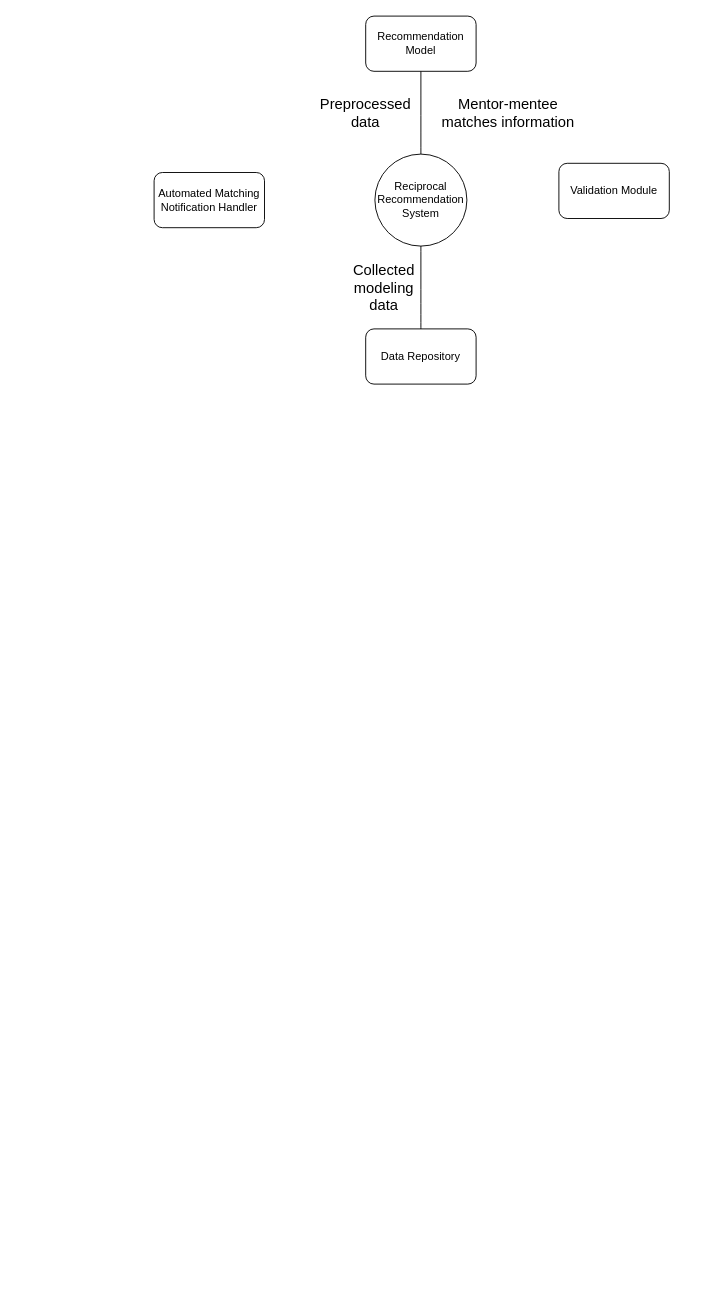
prashansa-shrestha/mentorship-program keeps this draw.io diagram as minor proposal.drawio. Above is the earlier version. Source tidied: cells renumbered, new cells numbered last; positions are measured from the earlier drawing's top-left corner, leaving out a move shared by most shapes. Both pictures are drawn from the tidied source at 92%, with x=0, y=0 at pixel (154, 16).
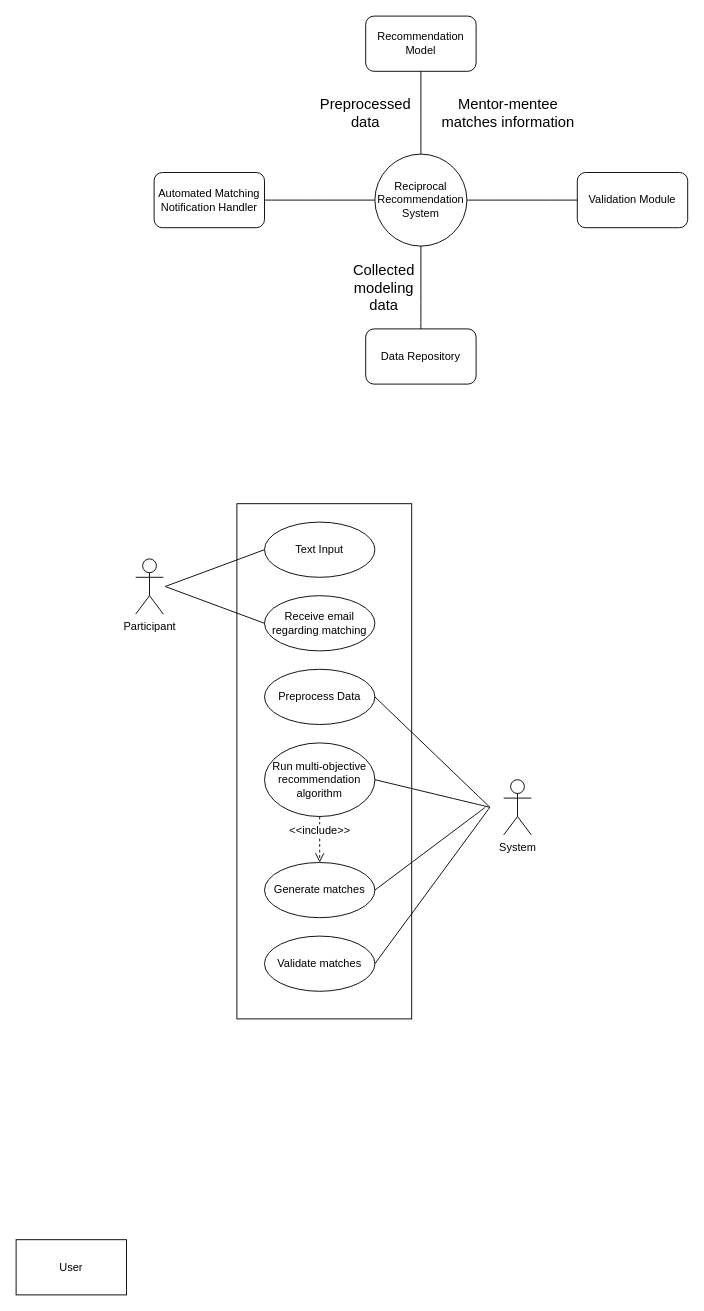
After the change.

Commit message:
added usecase diagram

Unchanged cells that the change refers to:
```xml
<mxCell id="6" value="Automated Matching Notification Handler" style="rounded=1;whiteSpace=wrap;html=1;" parent="1" vertex="1">
  <mxGeometry y="170" width="120" height="60" as="geometry" />
</mxCell>
<mxCell id="11" value="Reciprocal Recommendation System" style="ellipse;whiteSpace=wrap;html=1;" parent="1" vertex="1">
  <mxGeometry x="240" y="150" width="100" height="100" as="geometry" />
</mxCell>
```

Diff of the diagram source:
```diff
@@
     <mxCell id="10" value="Validation Module" style="rounded=1;whiteSpace=wrap;html=1;" parent="1" vertex="1">
-      <mxGeometry x="440" y="160" width="120" height="60" as="geometry" />
+      <mxGeometry x="460" y="170" width="120" height="60" as="geometry" />
     </mxCell>
@@
+    <mxCell id="12" style="endArrow=none;html=1;rounded=0;fontSize=12;startSize=8;endSize=8;curved=1;entryX=0;entryY=0.5;entryDx=0;entryDy=0;exitX=1;exitY=0.5;exitDx=0;exitDy=0;" parent="1" edge="1" source="6" target="11">
+      <mxGeometry relative="1" as="geometry" />
+    </mxCell>
+    <mxCell id="13" style="endArrow=none;html=1;rounded=0;fontSize=12;startSize=8;endSize=8;curved=1;exitX=1;exitY=0.5;exitDx=0;exitDy=0;" parent="1" edge="1" source="11">
+      <mxGeometry relative="1" as="geometry">
+        <mxPoint x="460" y="200" as="targetPoint" />
+      </mxGeometry>
+    </mxCell>
+    <mxCell id="14" style="rounded=0;whiteSpace=wrap;html=1;" parent="1" vertex="1">
+      <mxGeometry x="90" y="530" width="190" height="560" as="geometry" />
+    </mxCell>
+    <mxCell id="15" value="Text Input" style="ellipse;whiteSpace=wrap;html=1;" parent="1" vertex="1">
+      <mxGeometry x="120" y="550" width="120" height="60" as="geometry" />
+    </mxCell>
+    <mxCell id="16" value="Receive email regarding matching" style="ellipse;whiteSpace=wrap;html=1;" parent="1" vertex="1">
+      <mxGeometry x="120" y="630" width="120" height="60" as="geometry" />
+    </mxCell>
+    <mxCell id="17" value="Preprocess Data" style="ellipse;whiteSpace=wrap;html=1;" parent="1" vertex="1">
+      <mxGeometry x="120" y="710" width="120" height="60" as="geometry" />
+    </mxCell>
+    <mxCell id="18" value="Run multi-objective recommendation algorithm" style="ellipse;whiteSpace=wrap;html=1;" parent="1" vertex="1">
+      <mxGeometry x="120" y="790" width="120" height="80" as="geometry" />
+    </mxCell>
+    <mxCell id="19" value="Generate matches" style="ellipse;whiteSpace=wrap;html=1;" parent="1" vertex="1">
+      <mxGeometry x="120" y="920" width="120" height="60" as="geometry" />
+    </mxCell>
+    <mxCell id="20" value="Validate matches" style="ellipse;whiteSpace=wrap;html=1;" parent="1" vertex="1">
+      <mxGeometry x="120" y="1000" width="120" height="60" as="geometry" />
+    </mxCell>
+    <mxCell id="21" value="&amp;lt;&amp;lt;include&amp;gt;&amp;gt;" style="html=1;verticalAlign=bottom;endArrow=open;dashed=1;endSize=8;curved=0;rounded=0;fontSize=12;exitX=0.5;exitY=1;exitDx=0;exitDy=0;entryX=0.5;entryY=0;entryDx=0;entryDy=0;" parent="1" edge="1" source="18" target="19">
+      <mxGeometry relative="1" as="geometry" />
+    </mxCell>
+    <mxCell id="22" style="endArrow=none;html=1;rounded=0;fontSize=12;startSize=8;endSize=8;curved=1;exitX=0.5;exitY=0.5;exitDx=0;exitDy=0;exitPerimeter=0;entryX=1;entryY=0.5;entryDx=0;entryDy=0;" parent="1" edge="1" target="17">
+      <mxGeometry relative="1" as="geometry">
+        <mxPoint x="365" y="860" as="sourcePoint" />
+      </mxGeometry>
+    </mxCell>
+    <mxCell id="23" style="endArrow=none;html=1;rounded=0;fontSize=12;startSize=8;endSize=8;curved=1;exitX=0.5;exitY=0.5;exitDx=0;exitDy=0;exitPerimeter=0;entryX=1;entryY=0.5;entryDx=0;entryDy=0;" parent="1" edge="1" target="18">
+      <mxGeometry relative="1" as="geometry">
+        <mxPoint x="365" y="860" as="sourcePoint" />
+      </mxGeometry>
+    </mxCell>
+    <mxCell id="24" style="endArrow=none;html=1;rounded=0;fontSize=12;startSize=8;endSize=8;curved=1;exitX=0.5;exitY=0.5;exitDx=0;exitDy=0;exitPerimeter=0;entryX=1;entryY=0.5;entryDx=0;entryDy=0;" parent="1" edge="1" target="20">
+      <mxGeometry relative="1" as="geometry">
+        <mxPoint x="365" y="860" as="sourcePoint" />
+      </mxGeometry>
+    </mxCell>
+    <mxCell id="25" value="System" style="shape=umlActor;verticalLabelPosition=bottom;verticalAlign=top;html=1;" parent="1" vertex="1">
+      <mxGeometry x="380" y="830" width="30" height="60" as="geometry" />
+    </mxCell>
+    <mxCell id="26" style="endArrow=none;html=1;rounded=0;fontSize=12;startSize=8;endSize=8;curved=1;entryX=1;entryY=0.5;entryDx=0;entryDy=0;" parent="1" edge="1" target="19">
+      <mxGeometry relative="1" as="geometry">
+        <mxPoint x="360" y="860" as="sourcePoint" />
+      </mxGeometry>
+    </mxCell>
+    <mxCell id="27" style="endArrow=none;html=1;rounded=0;fontSize=12;startSize=8;endSize=8;curved=1;exitX=0.5;exitY=0.5;exitDx=0;exitDy=0;exitPerimeter=0;entryX=0;entryY=0.5;entryDx=0;entryDy=0;" parent="1" edge="1" target="15">
+      <mxGeometry relative="1" as="geometry">
+        <mxPoint x="12" y="620" as="sourcePoint" />
+      </mxGeometry>
+    </mxCell>
+    <mxCell id="28" style="endArrow=none;html=1;rounded=0;fontSize=12;startSize=8;endSize=8;curved=1;exitX=0.5;exitY=0.5;exitDx=0;exitDy=0;exitPerimeter=0;entryX=0;entryY=0.5;entryDx=0;entryDy=0;" parent="1" edge="1" target="16">
+      <mxGeometry relative="1" as="geometry">
+        <mxPoint x="12" y="620" as="sourcePoint" />
+      </mxGeometry>
+    </mxCell>
+    <mxCell id="29" value="Participant" style="shape=umlActor;verticalLabelPosition=bottom;verticalAlign=top;html=1;" parent="1" vertex="1">
+      <mxGeometry x="-20" y="590" width="30" height="60" as="geometry" />
+    </mxCell>
+    <mxCell id="30" value="User" style="rounded=0;whiteSpace=wrap;html=1;" parent="1" vertex="1">
+      <mxGeometry x="-150" y="1330" width="120" height="60" as="geometry" />
+    </mxCell>
```
